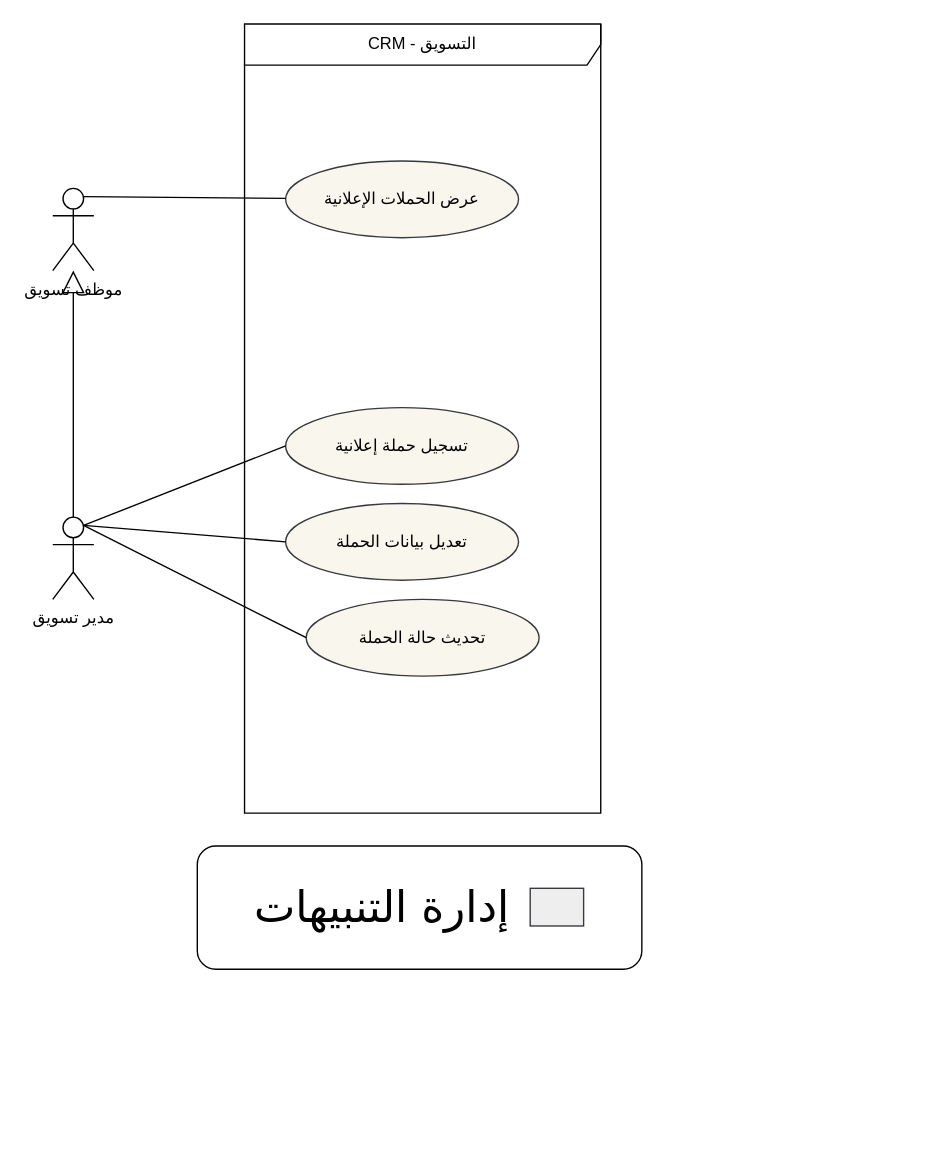
Above: page "4-التسويق" (6 of 9) of docs/analysis/Use Case Diagrams.drawio in QF-MJ/crm-al-mohtaref (draw.io), before the change. Source tidied: cells renumbered, new cells numbered last; positions are measured from the earlier drawing's top-left corner, leaving out a move shared by most shapes. Both pictures are drawn from the tidied source at 137%, with x=0, y=0 at pixel (52, 23).
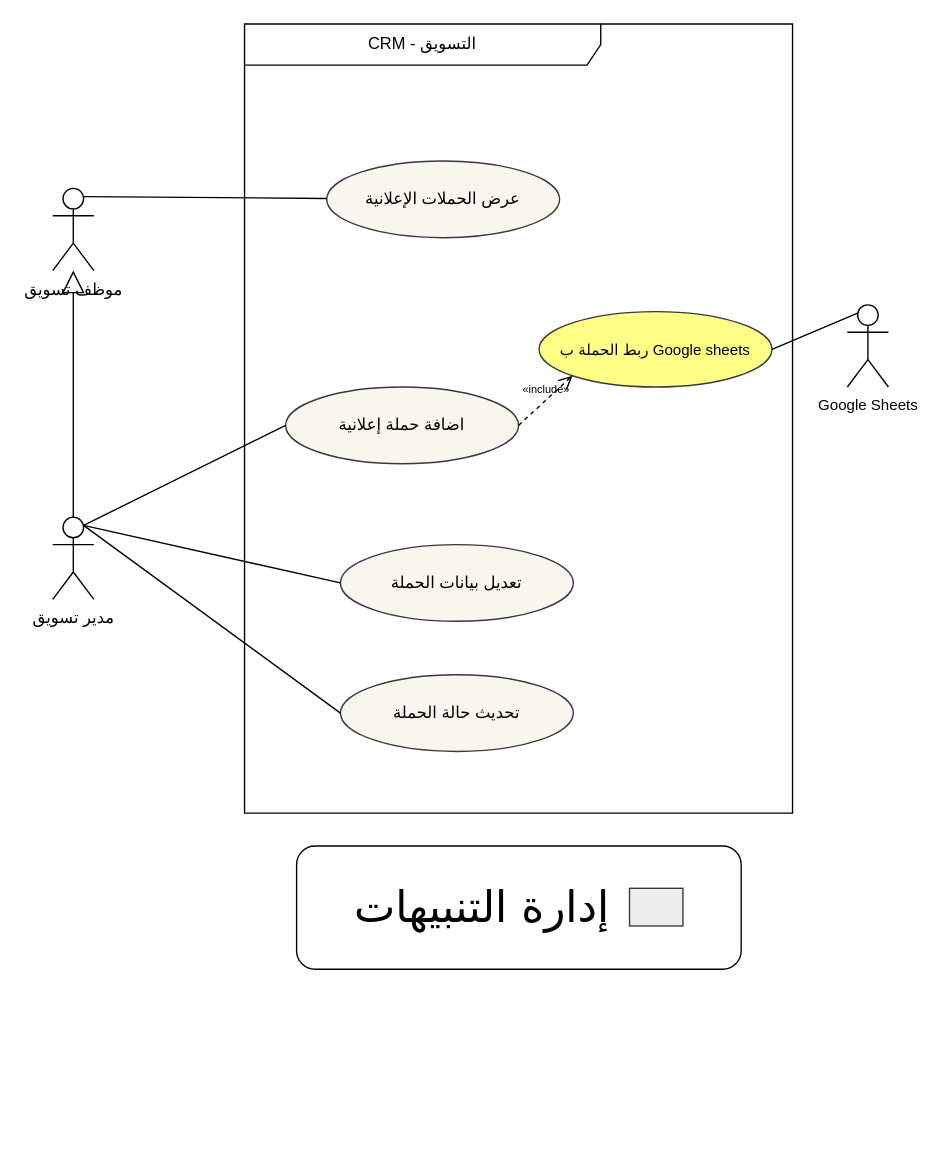
After the change.

Change to the diagram source:
```diff
@@
     <mxCell id="2" value="CRM - التسويق" style="shape=umlFrame;whiteSpace=wrap;html=1;width=260;height=30;" parent="1" vertex="1">
-      <mxGeometry x="140" width="260" height="576" as="geometry" />
+      <mxGeometry x="140" width="400" height="576" as="geometry" />
     </mxCell>
@@
     <mxCell id="5" value="عرض الحملات الإعلانية" style="ellipse;whiteSpace=wrap;html=1;fontSize=12;fillColor=#f9f7ed;strokeColor=#36393d;" parent="1" vertex="1">
-      <mxGeometry x="170" y="100" width="170" height="56" as="geometry" />
+      <mxGeometry x="200" y="100" width="170" height="56" as="geometry" />
     </mxCell>
-    <mxCell id="6" value="تسجيل حملة إعلانية" style="ellipse;whiteSpace=wrap;html=1;fontSize=12;fillColor=#f9f7ed;strokeColor=#36393d;" parent="1" vertex="1">
-      <mxGeometry x="170" y="280" width="170" height="56" as="geometry" />
+    <mxCell id="6" value="اضافة حملة إعلانية" style="ellipse;whiteSpace=wrap;html=1;fontSize=12;fillColor=#f9f7ed;strokeColor=#36393d;" parent="1" vertex="1">
+      <mxGeometry x="170" y="265" width="170" height="56" as="geometry" />
     </mxCell>
     <mxCell id="7" value="تعديل بيانات الحملة" style="ellipse;whiteSpace=wrap;html=1;fontSize=12;fillColor=#f9f7ed;strokeColor=#36393d;" parent="1" vertex="1">
-      <mxGeometry x="170" y="350" width="170" height="56" as="geometry" />
+      <mxGeometry x="210" y="380" width="170" height="56" as="geometry" />
     </mxCell>
     <mxCell id="8" value="تحديث حالة الحملة" style="ellipse;whiteSpace=wrap;html=1;fontSize=12;fillColor=#f9f7ed;strokeColor=#36393d;" parent="1" vertex="1">
-      <mxGeometry x="185" y="420" width="170" height="56" as="geometry" />
+      <mxGeometry x="210" y="475" width="170" height="56" as="geometry" />
     </mxCell>
@@
     <mxCell id="14" style="group;" parent="1" vertex="1">
-      <mxGeometry x="87.5" y="600" width="335" height="220" as="geometry" />
+      <mxGeometry x="160" y="600" width="335" height="220" as="geometry" />
     </mxCell>
@@
+    <mxCell id="18" value="Google Sheets" style="shape=umlActor;verticalLabelPosition=bottom;verticalAlign=top;html=1;outlineConnect=0;fontSize=11;" parent="1" vertex="1">
+      <mxGeometry x="580" y="205" width="30" height="60" as="geometry" />
+    </mxCell>
+    <mxCell id="19" value="ربط الحملة ب Google sheets" style="ellipse;whiteSpace=wrap;html=1;fillColor=#ffff88;strokeColor=#36393d;fontSize=11;" parent="1" vertex="1">
+      <mxGeometry x="355" y="210" width="170" height="55" as="geometry" />
+    </mxCell>
+    <mxCell id="20" value="«include»" style="html=1;verticalAlign=bottom;endArrow=open;dashed=1;endSize=8;fontSize=8;labelBackgroundColor=none;exitX=1;exitY=0.5;exitDx=0;exitDy=0;entryX=0;entryY=1;entryDx=0;entryDy=0;" parent="1" edge="1" source="6" target="19">
+      <mxGeometry relative="1" as="geometry" />
+    </mxCell>
+    <mxCell id="21" style="endArrow=none;html=1;rounded=0;exitX=1;exitY=0.5;exitDx=0;exitDy=0;entryX=0.25;entryY=0.1;entryDx=0;entryDy=0;entryPerimeter=0;" parent="1" edge="1" source="19" target="18">
+      <mxGeometry relative="1" as="geometry" />
+    </mxCell>
```
